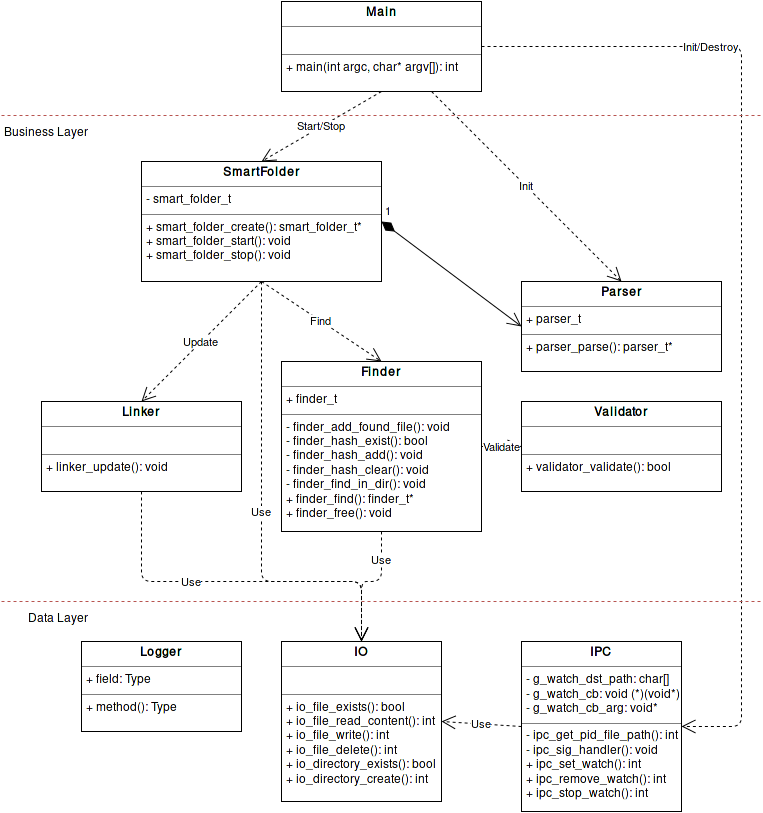
The draw.io diagram report/img/modules.png in claudiosousa/hepia-projects-smart-folder, before a commit. Source tidied: cells renumbered, new cells last; positions are measured from the earlier drawing's top-left corner, leaving out a move shared by most shapes.
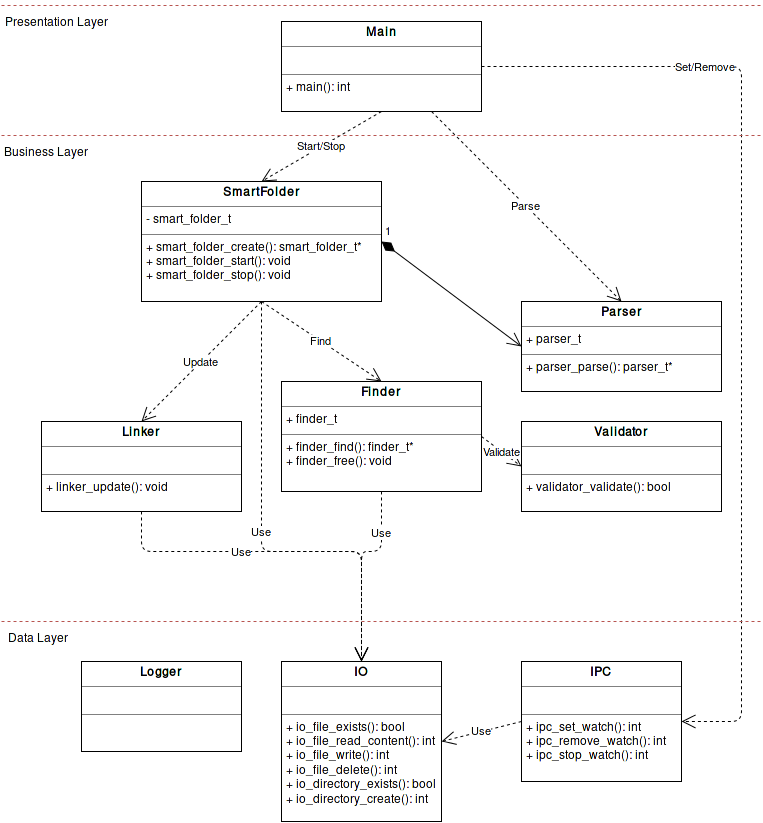
Later version of the same file.

What changed in the source:
```diff
@@ -2,11 +2,11 @@
   <root>
     <mxCell id="0" />
     <mxCell id="1" parent="0" />
-    <mxCell id="2" value="&lt;p style=&quot;margin: 0px ; margin-top: 4px ; text-align: center&quot;&gt;&lt;b&gt;Main&lt;/b&gt;&lt;br&gt;&lt;/p&gt;&lt;hr size=&quot;1&quot;&gt;&lt;p style=&quot;margin: 0px ; margin-left: 4px&quot;&gt;&lt;br&gt;&lt;/p&gt;&lt;hr size=&quot;1&quot;&gt;&lt;p style=&quot;margin: 0px ; margin-left: 4px&quot;&gt;+ main(int argc, char* argv[]): int&lt;/p&gt;" style="verticalAlign=top;align=left;overflow=fill;fontSize=12;fontFamily=Helvetica;html=1;" parent="1" vertex="1">
+    <mxCell id="2" value="&lt;p style=&quot;margin: 0px ; margin-top: 4px ; text-align: center&quot;&gt;&lt;b&gt;Main&lt;/b&gt;&lt;br&gt;&lt;/p&gt;&lt;hr size=&quot;1&quot;&gt;&lt;p style=&quot;margin: 0px ; margin-left: 4px&quot;&gt;&lt;br&gt;&lt;/p&gt;&lt;hr size=&quot;1&quot;&gt;&lt;p style=&quot;margin: 0px ; margin-left: 4px&quot;&gt;+ main(): int&lt;/p&gt;" style="verticalAlign=top;align=left;overflow=fill;fontSize=12;fontFamily=Helvetica;html=1;" parent="1" vertex="1">
       <mxGeometry x="280" width="200" height="90" as="geometry" />
     </mxCell>
-    <mxCell id="3" value="&lt;p style=&quot;margin: 0px ; margin-top: 4px ; text-align: center&quot;&gt;&lt;b&gt;IPC&lt;/b&gt;&lt;br&gt;&lt;/p&gt;&lt;hr size=&quot;1&quot;&gt;&lt;p style=&quot;margin: 0px ; margin-left: 4px&quot;&gt;- g_watch_dst_path: char[]&lt;/p&gt;&lt;p style=&quot;margin: 0px ; margin-left: 4px&quot;&gt;- g_watch_cb: void (*)(void*)&lt;br&gt;&lt;/p&gt;&lt;p style=&quot;margin: 0px ; margin-left: 4px&quot;&gt;- g_watch_cb_arg: void*&lt;br&gt;&lt;/p&gt;&lt;hr size=&quot;1&quot;&gt;&lt;p style=&quot;margin: 0px ; margin-left: 4px&quot;&gt;- ipc_get_pid_file_path(): int&lt;/p&gt;&lt;p style=&quot;margin: 0px ; margin-left: 4px&quot;&gt;- ipc_sig_handler(): void&lt;br&gt;&lt;/p&gt;&lt;p style=&quot;margin: 0px ; margin-left: 4px&quot;&gt;+ ipc_set_watch(): int&lt;/p&gt;&lt;p style=&quot;margin: 0px ; margin-left: 4px&quot;&gt;+ ipc_remove_watch(): int&lt;br&gt;&lt;/p&gt;&lt;p style=&quot;margin: 0px ; margin-left: 4px&quot;&gt;+ ipc_stop_watch(): int&lt;/p&gt;" style="verticalAlign=top;align=left;overflow=fill;fontSize=12;fontFamily=Helvetica;html=1;" parent="1" vertex="1">
-      <mxGeometry x="520" y="640" width="160" height="170" as="geometry" />
+    <mxCell id="3" value="&lt;p style=&quot;margin: 0px ; margin-top: 4px ; text-align: center&quot;&gt;&lt;b&gt;IPC&lt;/b&gt;&lt;br&gt;&lt;/p&gt;&lt;hr size=&quot;1&quot;&gt;&lt;p style=&quot;margin: 0px ; margin-left: 4px&quot;&gt;&lt;br&gt;&lt;/p&gt;&lt;hr size=&quot;1&quot;&gt;&lt;p style=&quot;margin: 0px ; margin-left: 4px&quot;&gt;+ ipc_set_watch(): int&lt;/p&gt;&lt;p style=&quot;margin: 0px ; margin-left: 4px&quot;&gt;+ ipc_remove_watch(): int&lt;br&gt;&lt;/p&gt;&lt;p style=&quot;margin: 0px ; margin-left: 4px&quot;&gt;+ ipc_stop_watch(): int&lt;/p&gt;" style="verticalAlign=top;align=left;overflow=fill;fontSize=12;fontFamily=Helvetica;html=1;" parent="1" vertex="1">
+      <mxGeometry x="520" y="640" width="160" height="120" as="geometry" />
     </mxCell>
     <mxCell id="4" value="&lt;p style=&quot;margin: 0px ; margin-top: 4px ; text-align: center&quot;&gt;&lt;b&gt;SmartFolder&lt;/b&gt;&lt;br&gt;&lt;/p&gt;&lt;hr size=&quot;1&quot;&gt;&lt;p style=&quot;margin: 0px ; margin-left: 4px&quot;&gt;- smart_folder_t&lt;br&gt;&lt;/p&gt;&lt;hr size=&quot;1&quot;&gt;&lt;p style=&quot;margin: 0px ; margin-left: 4px&quot;&gt;+ smart_folder_create(): smart_folder_t*&lt;/p&gt;&lt;p style=&quot;margin: 0px ; margin-left: 4px&quot;&gt;+ smart_folder_start(): void&lt;/p&gt;&lt;p style=&quot;margin: 0px ; margin-left: 4px&quot;&gt;+ smart_folder_stop(): void&lt;br&gt;&lt;/p&gt;" style="verticalAlign=top;align=left;overflow=fill;fontSize=12;fontFamily=Helvetica;html=1;" parent="1" vertex="1">
       <mxGeometry x="140" y="160" width="240" height="120" as="geometry" />
@@ -14,14 +14,14 @@
     <mxCell id="5" value="&lt;p style=&quot;margin: 0px ; margin-top: 4px ; text-align: center&quot;&gt;&lt;b&gt;IO&lt;/b&gt;&lt;br&gt;&lt;/p&gt;&lt;hr size=&quot;1&quot;&gt;&lt;p style=&quot;margin: 0px ; margin-left: 4px&quot;&gt;&lt;br&gt;&lt;/p&gt;&lt;hr size=&quot;1&quot;&gt;&lt;p style=&quot;margin: 0px ; margin-left: 4px&quot;&gt;+ io_file_exists(): bool&lt;/p&gt;&lt;p style=&quot;margin: 0px ; margin-left: 4px&quot;&gt;+ io_file_read_content(): int&lt;/p&gt;&lt;p style=&quot;margin: 0px ; margin-left: 4px&quot;&gt;+ io_file_write(): int&lt;/p&gt;&lt;p style=&quot;margin: 0px ; margin-left: 4px&quot;&gt;+ io_file_delete(): int&lt;/p&gt;&lt;p style=&quot;margin: 0px ; margin-left: 4px&quot;&gt;+ io_directory_exists(): bool&lt;/p&gt;&lt;p style=&quot;margin: 0px ; margin-left: 4px&quot;&gt;+ io_directory_create(): int&lt;br&gt;&lt;/p&gt;" style="verticalAlign=top;align=left;overflow=fill;fontSize=12;fontFamily=Helvetica;html=1;" parent="1" vertex="1">
       <mxGeometry x="280" y="640" width="160" height="160" as="geometry" />
     </mxCell>
-    <mxCell id="6" value="&lt;p style=&quot;margin: 0px ; margin-top: 4px ; text-align: center&quot;&gt;&lt;b&gt;Logger&lt;/b&gt;&lt;br&gt;&lt;/p&gt;&lt;hr size=&quot;1&quot;&gt;&lt;p style=&quot;margin: 0px ; margin-left: 4px&quot;&gt;+ field: Type&lt;/p&gt;&lt;hr size=&quot;1&quot;&gt;&lt;p style=&quot;margin: 0px ; margin-left: 4px&quot;&gt;+ method(): Type&lt;/p&gt;" style="verticalAlign=top;align=left;overflow=fill;fontSize=12;fontFamily=Helvetica;html=1;" parent="1" vertex="1">
+    <mxCell id="6" value="&lt;p style=&quot;margin: 0px ; margin-top: 4px ; text-align: center&quot;&gt;&lt;b&gt;Logger&lt;/b&gt;&lt;br&gt;&lt;/p&gt;&lt;hr size=&quot;1&quot;&gt;&lt;p style=&quot;margin: 0px ; margin-left: 4px&quot;&gt;&lt;br&gt;&lt;/p&gt;&lt;hr size=&quot;1&quot;&gt;&lt;p style=&quot;margin: 0px ; margin-left: 4px&quot;&gt;&lt;br&gt;&lt;/p&gt;" style="verticalAlign=top;align=left;overflow=fill;fontSize=12;fontFamily=Helvetica;html=1;" parent="1" vertex="1">
       <mxGeometry x="80" y="640" width="160" height="90" as="geometry" />
     </mxCell>
     <mxCell id="7" value="&lt;p style=&quot;margin: 0px ; margin-top: 4px ; text-align: center&quot;&gt;&lt;b&gt;Parser&lt;/b&gt;&lt;br&gt;&lt;/p&gt;&lt;hr size=&quot;1&quot;&gt;&lt;p style=&quot;margin: 0px ; margin-left: 4px&quot;&gt;+ parser_t&lt;br&gt;&lt;/p&gt;&lt;hr size=&quot;1&quot;&gt;&lt;p style=&quot;margin: 0px ; margin-left: 4px&quot;&gt;+ parser_parse(): parser_t*&lt;br&gt;&lt;/p&gt;" style="verticalAlign=top;align=left;overflow=fill;fontSize=12;fontFamily=Helvetica;html=1;" parent="1" vertex="1">
       <mxGeometry x="520" y="280" width="200" height="90" as="geometry" />
     </mxCell>
-    <mxCell id="8" value="&lt;p style=&quot;margin: 0px ; margin-top: 4px ; text-align: center&quot;&gt;&lt;b&gt;Finder&lt;/b&gt;&lt;br&gt;&lt;/p&gt;&lt;hr size=&quot;1&quot;&gt;&lt;p style=&quot;margin: 0px ; margin-left: 4px&quot;&gt;+ finder_t&lt;br&gt;&lt;/p&gt;&lt;hr size=&quot;1&quot;&gt;&lt;p style=&quot;margin: 0px ; margin-left: 4px&quot;&gt;- finder_add_found_file(): void&lt;/p&gt;&lt;p style=&quot;margin: 0px ; margin-left: 4px&quot;&gt;- finder_hash_exist(): bool&lt;/p&gt;&lt;p style=&quot;margin: 0px ; margin-left: 4px&quot;&gt;- finder_hash_add(): void&lt;br&gt;&lt;/p&gt;&lt;p style=&quot;margin: 0px ; margin-left: 4px&quot;&gt;- finder_hash_clear(): void&lt;br&gt;&lt;/p&gt;&lt;p style=&quot;margin: 0px ; margin-left: 4px&quot;&gt;- finder_find_in_dir(): void&lt;br&gt;&lt;/p&gt;&lt;p style=&quot;margin: 0px ; margin-left: 4px&quot;&gt;+ finder_find(): finder_t*&lt;br&gt;&lt;/p&gt;&lt;p style=&quot;margin: 0px ; margin-left: 4px&quot;&gt;+ finder_free(): void&lt;br&gt;&lt;/p&gt;" style="verticalAlign=top;align=left;overflow=fill;fontSize=12;fontFamily=Helvetica;html=1;" parent="1" vertex="1">
-      <mxGeometry x="280" y="360" width="200" height="170" as="geometry" />
+    <mxCell id="8" value="&lt;p style=&quot;margin: 0px ; margin-top: 4px ; text-align: center&quot;&gt;&lt;b&gt;Finder&lt;/b&gt;&lt;br&gt;&lt;/p&gt;&lt;hr size=&quot;1&quot;&gt;&lt;p style=&quot;margin: 0px ; margin-left: 4px&quot;&gt;+ finder_t&lt;br&gt;&lt;/p&gt;&lt;hr size=&quot;1&quot;&gt;&lt;p style=&quot;margin: 0px ; margin-left: 4px&quot;&gt;+ finder_find(): finder_t*&lt;br&gt;&lt;/p&gt;&lt;p style=&quot;margin: 0px ; margin-left: 4px&quot;&gt;+ finder_free(): void&lt;br&gt;&lt;/p&gt;" style="verticalAlign=top;align=left;overflow=fill;fontSize=12;fontFamily=Helvetica;html=1;" parent="1" vertex="1">
+      <mxGeometry x="280" y="360" width="200" height="110" as="geometry" />
     </mxCell>
     <mxCell id="9" value="&lt;p style=&quot;margin: 0px ; margin-top: 4px ; text-align: center&quot;&gt;&lt;b&gt;Linker&lt;/b&gt;&lt;br&gt;&lt;/p&gt;&lt;hr size=&quot;1&quot;&gt;&lt;p style=&quot;margin: 0px ; margin-left: 4px&quot;&gt;&lt;br&gt;&lt;/p&gt;&lt;hr size=&quot;1&quot;&gt;&lt;p style=&quot;margin: 0px ; margin-left: 4px&quot;&gt;+ linker_update(): void&lt;br&gt;&lt;/p&gt;" style="verticalAlign=top;align=left;overflow=fill;fontSize=12;fontFamily=Helvetica;html=1;" parent="1" vertex="1">
       <mxGeometry x="40" y="400" width="200" height="90" as="geometry" />
@@ -32,14 +32,14 @@
     <mxCell id="11" value="Start/Stop" style="endArrow=open;endSize=12;dashed=1;html=1;exitX=0.5;exitY=1;entryX=0.5;entryY=0;" parent="1" edge="1" source="2" target="4">
       <mxGeometry relative="1" as="geometry" />
     </mxCell>
-    <mxCell id="12" value="Init" style="endArrow=open;endSize=12;dashed=1;html=1;exitX=0.75;exitY=1;entryX=0.5;entryY=0;" parent="1" edge="1" source="2" target="7">
+    <mxCell id="12" value="Parse" style="endArrow=open;endSize=12;dashed=1;html=1;exitX=0.75;exitY=1;entryX=0.5;entryY=0;" parent="1" edge="1" source="2" target="7">
       <mxGeometry relative="1" as="geometry" />
     </mxCell>
-    <mxCell id="13" value="Init/Destroy" style="endArrow=open;endSize=12;dashed=1;html=1;exitX=1;exitY=0.5;entryX=1;entryY=0.5;edgeStyle=orthogonalEdgeStyle;" parent="1" edge="1" source="2" target="3">
+    <mxCell id="13" value="Set/Remove" style="endArrow=open;endSize=12;dashed=1;html=1;exitX=1;exitY=0.5;entryX=1;entryY=0.5;edgeStyle=orthogonalEdgeStyle;" parent="1" edge="1" source="2" target="3">
       <mxGeometry x="-0.54" relative="1" as="geometry">
         <Array as="points">
           <mxPoint x="740" y="45" />
-          <mxPoint x="740" y="725" />
+          <mxPoint x="740" y="700" />
         </Array>
       </mxGeometry>
     </mxCell>
@@ -55,8 +55,8 @@
     <mxCell id="17" value="Use" style="endArrow=open;endSize=12;dashed=1;html=1;exitX=0.5;exitY=1;entryX=0.5;entryY=0;edgeStyle=orthogonalEdgeStyle;" parent="1" edge="1" source="9" target="5">
       <mxGeometry x="-0.24" relative="1" as="geometry">
         <Array as="points">
-          <mxPoint x="140" y="580" />
-          <mxPoint x="360" y="580" />
+          <mxPoint x="140" y="530" />
+          <mxPoint x="360" y="530" />
         </Array>
       </mxGeometry>
     </mxCell>
@@ -66,8 +66,8 @@
     <mxCell id="19" value="Use" style="endArrow=open;endSize=12;dashed=1;html=1;exitX=0.5;exitY=1;entryX=0.5;entryY=0;edgeStyle=orthogonalEdgeStyle;" parent="1" edge="1" source="8" target="5">
       <mxGeometry x="-0.57" relative="1" as="geometry">
         <Array as="points">
-          <mxPoint x="380" y="580" />
-          <mxPoint x="360" y="580" />
+          <mxPoint x="380" y="530" />
+          <mxPoint x="360" y="530" />
         </Array>
       </mxGeometry>
     </mxCell>
@@ -77,16 +77,19 @@
     <mxCell id="21" value="Business Layer&lt;br&gt;" style="line;html=1;strokeWidth=1;fillColor=#f8cecc;align=right;verticalAlign=top;spacingTop=-1;spacingLeft=3;spacingRight=-90;labelPosition=left;dashed=1;strokeColor=#b85450;verticalLabelPosition=bottom;" parent="1" vertex="1">
       <mxGeometry y="110" width="760" height="8" as="geometry" />
     </mxCell>
-    <mxCell id="22" value="Data Layer&lt;br&gt;" style="line;html=1;strokeWidth=1;fillColor=#f8cecc;align=right;verticalAlign=top;spacingTop=-1;spacingLeft=3;spacingRight=-90;labelPosition=left;dashed=1;strokeColor=#b85450;verticalLabelPosition=bottom;" parent="1" vertex="1">
+    <mxCell id="22" value="Data Layer&lt;br&gt;" style="line;html=1;strokeWidth=1;fillColor=#f8cecc;align=right;verticalAlign=top;spacingTop=-1;spacingLeft=3;spacingRight=-70;labelPosition=left;dashed=1;strokeColor=#b85450;verticalLabelPosition=bottom;" parent="1" vertex="1">
       <mxGeometry y="596" width="760" height="8" as="geometry" />
     </mxCell>
     <mxCell id="23" value="Use" style="endArrow=open;endSize=12;dashed=1;html=1;exitX=0.5;exitY=1;entryX=0.5;entryY=0;edgeStyle=orthogonalEdgeStyle;" parent="1" edge="1" source="4" target="5">
       <mxGeometry relative="1" as="geometry">
         <Array as="points">
-          <mxPoint x="260" y="580" />
-          <mxPoint x="360" y="580" />
+          <mxPoint x="260" y="530" />
+          <mxPoint x="360" y="530" />
         </Array>
       </mxGeometry>
     </mxCell>
+    <mxCell id="24" value="Presentation Layer&lt;br&gt;" style="line;html=1;strokeWidth=1;fillColor=#f8cecc;align=right;verticalAlign=top;spacingTop=-1;spacingLeft=3;spacingRight=-110;labelPosition=left;dashed=1;strokeColor=#b85450;verticalLabelPosition=bottom;" parent="1" vertex="1">
+      <mxGeometry y="-20" width="760" height="8" as="geometry" />
+    </mxCell>
   </root>
 </mxGraphModel>
```
